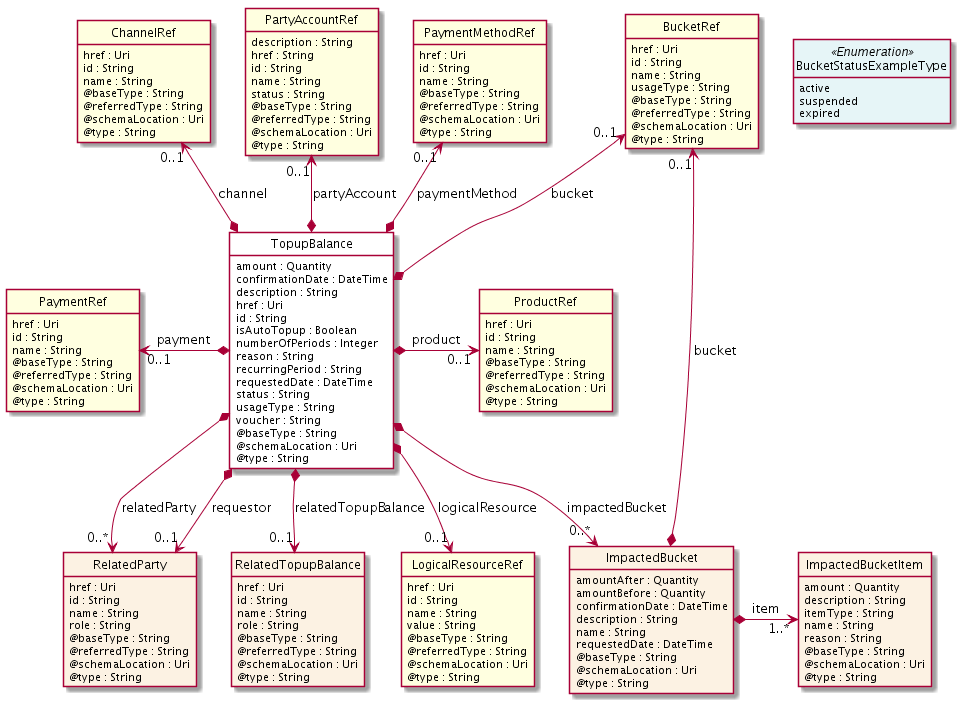
Above: apis/TMF654_PrepayBalance/documentation/diagrams/Resource_TopupBalance.png in tmforum-apis/Open_Api_And_Data_Model (PlantUML), before the change.
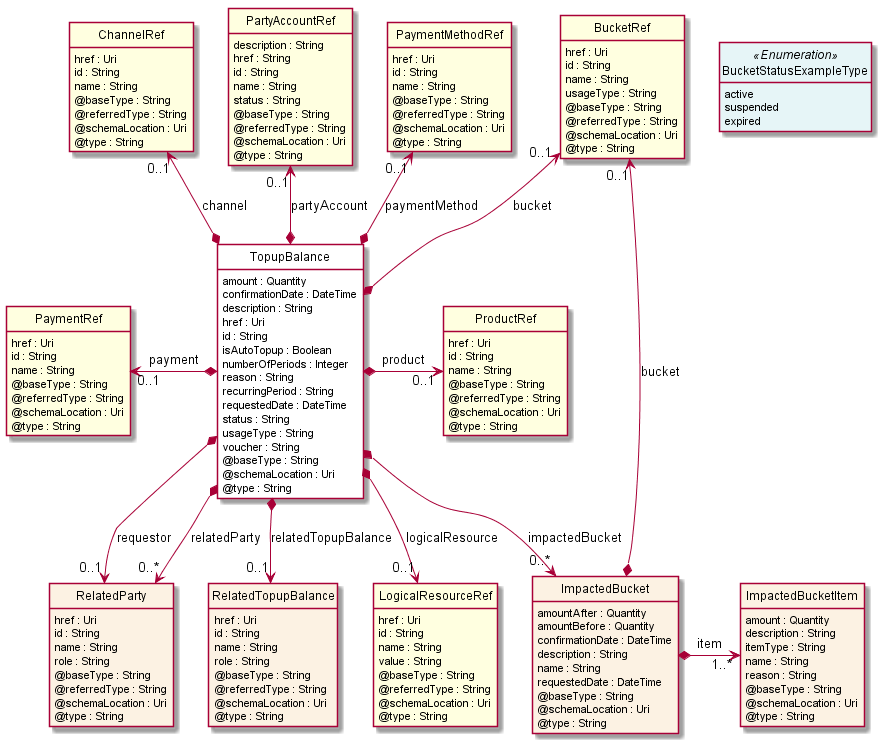
The same file after the commit.

Diff of the diagram source:
```diff
@@ -180,9 +180,9 @@
 
 RelatedTopupBalance -right[hidden]-> LogicalResourceRef
 
+TopupBalance *-->  "0..*" RelatedParty : relatedParty
+
 TopupBalance *-->  "0..1" RelatedParty : requestor
-
-TopupBalance *-->  "0..*" RelatedParty : relatedParty
 
 RelatedParty -right[hidden]-> RelatedTopupBalance
 
```
